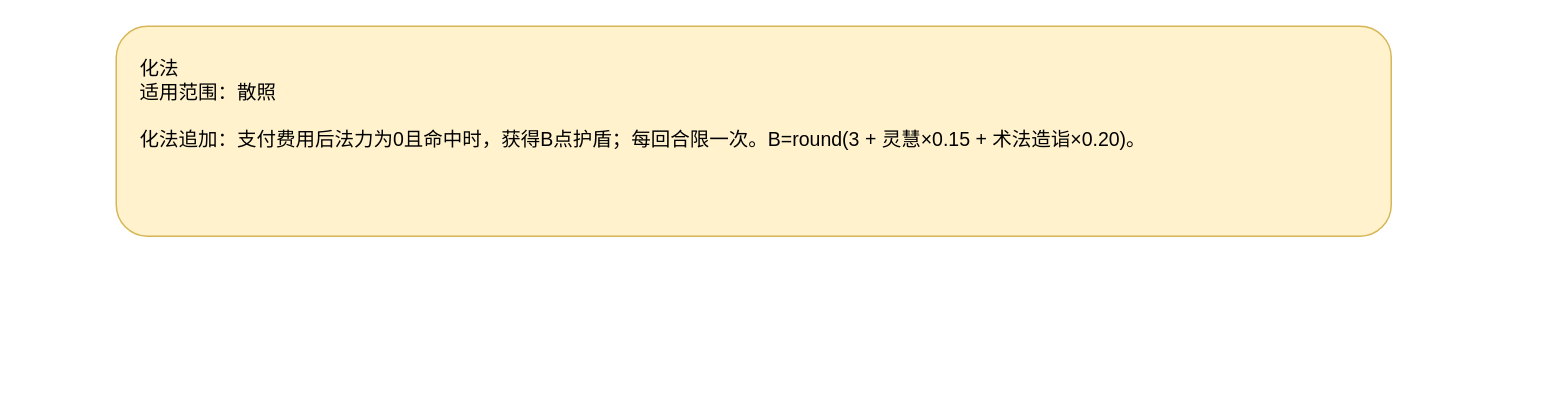
ankundanetracyc-spec/tian-guan-you-du keeps this draw.io diagram as page "散照化法" (1 of 2) of docs/卡牌词典/秘籍技能/抱虚养晦通玄录/化法/散照第4卷.drawio. Above is the earlier version. Source tidied: cells renumbered, new cells numbered last; positions are measured from the earlier drawing's top-left corner, leaving out a move shared by most shapes. Both pictures are drawn from the tidied source at 150%, with x=0, y=0 at pixel (116, 26).
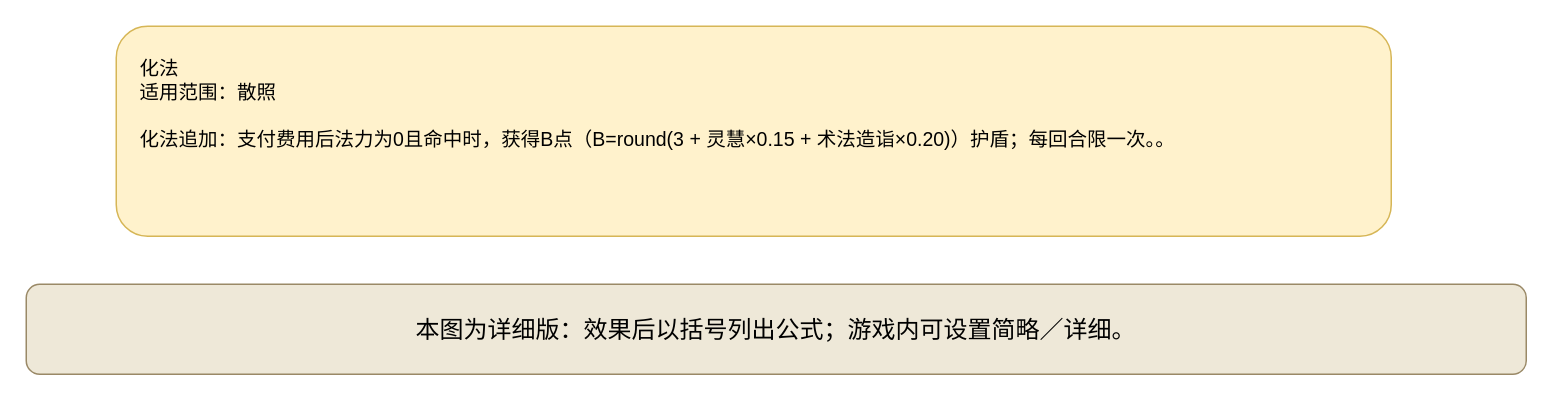
Above is the later version.

What changed in the source:
```diff
@@
 <mxGraphModel>
   <root>
     <mxCell id="0" />
     <mxCell id="1" parent="0" />
-    <mxCell id="2" value="&lt;div style=&quot;text-align:left;&quot;&gt;化法&lt;br&gt;适用范围：散照&lt;br&gt;&lt;br&gt;化法追加：支付费用后法力为0且命中时，获得B点护盾；每回合限一次。B=round(3 + 灵慧×0.15 + 术法造诣×0.20)。&lt;/div&gt;" style="rounded=1;whiteSpace=wrap;html=1;fillColor=#fff2cc;strokeColor=#d6b656;fontSize=13;align=left;verticalAlign=top;spacing=16;" parent="1" vertex="1">
+    <mxCell id="2" value="化法&#10;适用范围：散照&#10;&#10;化法追加：支付费用后法力为0且命中时，获得B点（B=round(3 + 灵慧×0.15 + 术法造诣×0.20)）护盾；每回合限一次。。" style="rounded=1;whiteSpace=wrap;html=1;fillColor=#fff2cc;strokeColor=#d6b656;fontSize=13;align=left;verticalAlign=top;spacing=16;" parent="1" vertex="1">
       <mxGeometry width="850" height="140" as="geometry" />
     </mxCell>
+    <mxCell id="3" value="本图为详细版：效果后以括号列出公式；游戏内可设置简略／详细。" style="rounded=1;whiteSpace=wrap;html=1;fillColor=#eee8d8;strokeColor=#9a8967;fontSize=16;" parent="1" vertex="1">
+      <mxGeometry x="-60" y="172" width="1000" height="60" as="geometry" />
+    </mxCell>
   </root>
 </mxGraphModel>
```
